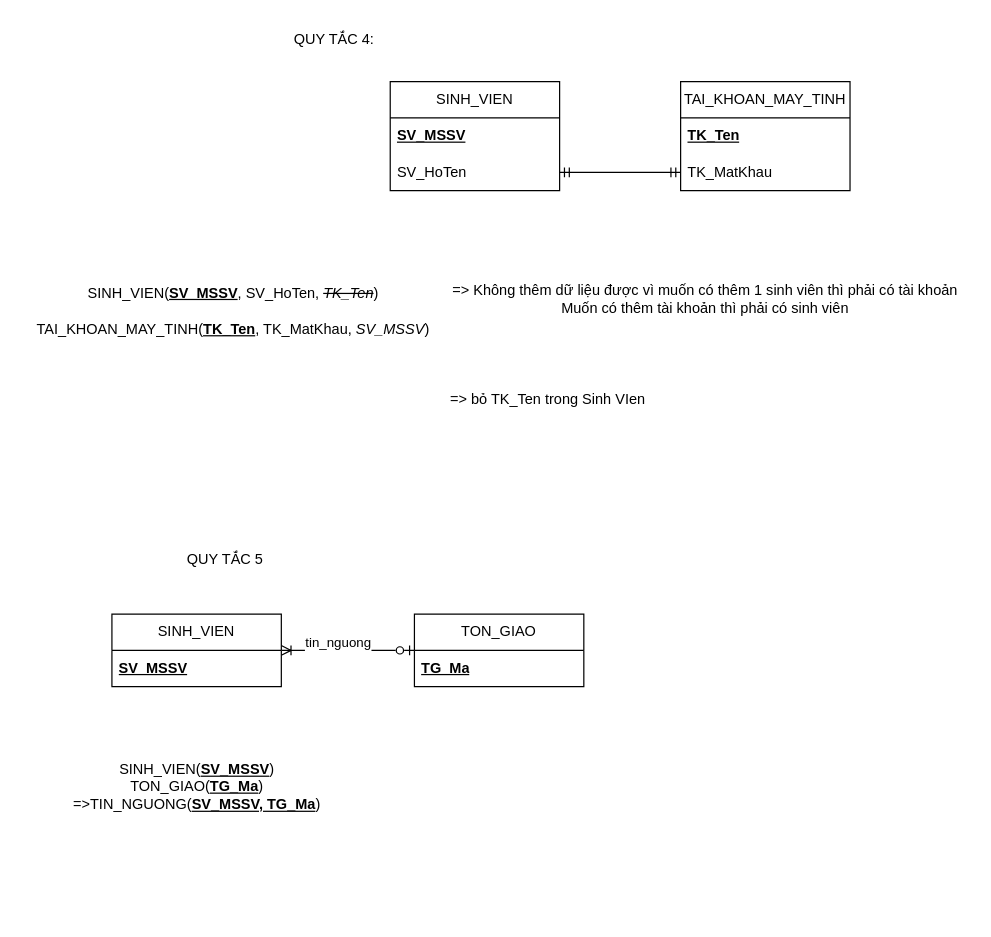
Earlier version of the draw.io diagram ChuyenERDsangQuanHe.drawio (itzkoi-ctu/EX1). Source tidied: cells renumbered, new cells numbered last; positions are measured from the earlier drawing's top-left corner, leaving out a move shared by most shapes. Both pictures are drawn from the tidied source at 121%, with x=0, y=0 at pixel (21, 21).
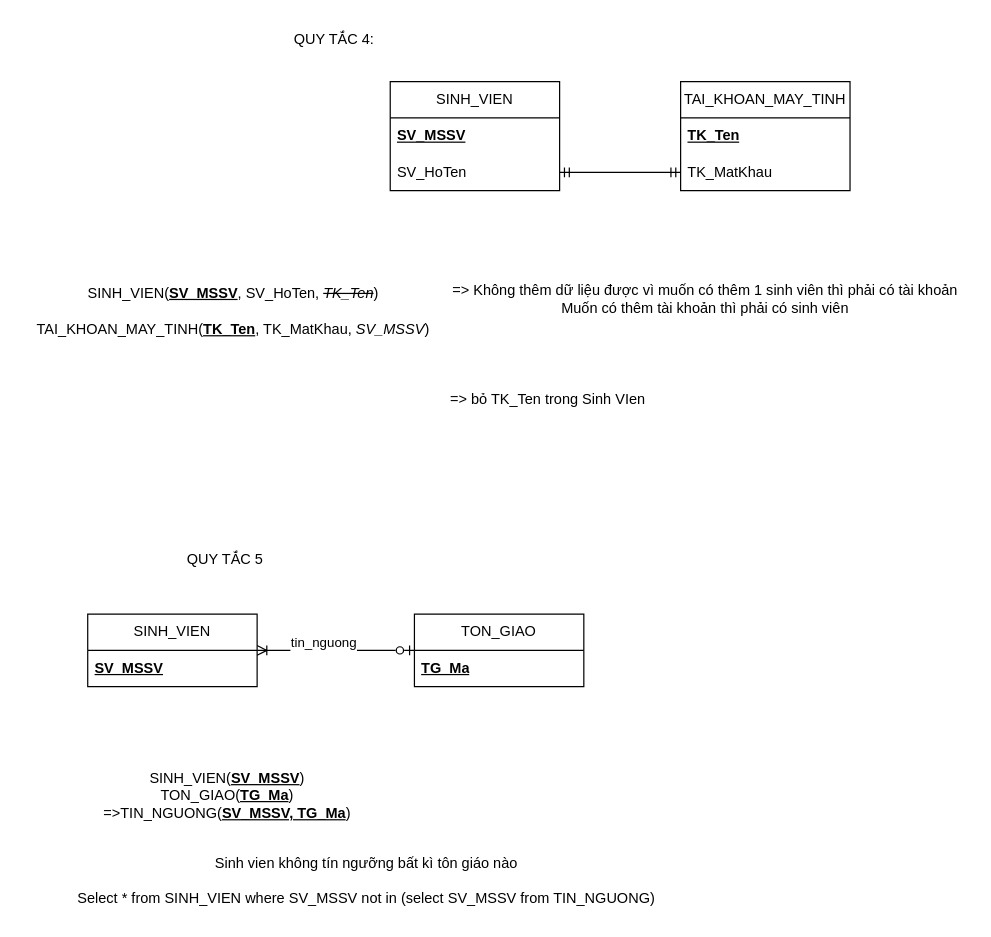
After the change.

The edit, as a diff of the source:
```diff
@@
     <mxCell id="19" value="SINH_VIEN" style="swimlane;fontStyle=0;horizontal=1;startSize=30;whiteSpace=wrap;html=1;" parent="1" vertex="1">
-      <mxGeometry x="75" y="490" width="140" height="60" as="geometry" />
+      <mxGeometry x="55" y="490" width="140" height="60" as="geometry" />
     </mxCell>
@@
     <mxCell id="21" value="SINH_VIEN(&lt;b&gt;&lt;u&gt;SV_MSSV&lt;/u&gt;&lt;/b&gt;)&lt;div&gt;TON_GIAO(&lt;b&gt;&lt;u&gt;TG_Ma&lt;/u&gt;&lt;/b&gt;)&lt;/div&gt;&lt;div&gt;=&amp;gt;TIN_NGUONG(&lt;b style=&quot;text-decoration-line: underline;&quot;&gt;SV_MSSV, TG_Ma&lt;/b&gt;)&lt;/div&gt;" style="text;html=1;align=center;verticalAlign=middle;strokeColor=none;fillColor=none;" parent="1" vertex="1">
-      <mxGeometry x="30" y="603" width="230" height="60" as="geometry" />
+      <mxGeometry x="55" y="610" width="230" height="60" as="geometry" />
     </mxCell>
+    <mxCell id="22" value="Sinh vien không tín ngưỡng bất kì tôn giáo nào&lt;div&gt;&lt;br&gt;&lt;/div&gt;&lt;div&gt;Select * from SINH_VIEN where SV_MSSV not in (select SV_MSSV from TIN_NGUONG)&lt;/div&gt;" style="text;html=1;align=center;verticalAlign=middle;strokeColor=none;fillColor=none;" parent="1" vertex="1">
+      <mxGeometry x="35" y="680" width="500" height="60" as="geometry" />
+    </mxCell>
```
